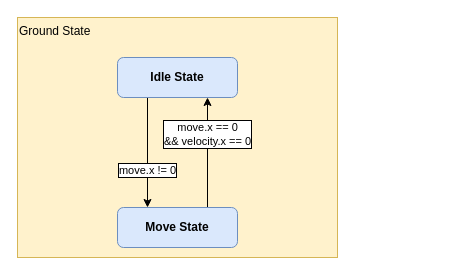
Above: Readme/程序的逻辑/状态机/玩家状态机.drawio in zsl2021533013/Zelda-Like (draw.io), before the change. Source tidied: cells renumbered, new cells numbered last; positions are measured from the earlier drawing's top-left corner, leaving out a move shared by most shapes. Both pictures are drawn from the tidied source at 100%, with x=0, y=0 at pixel (17, 17).
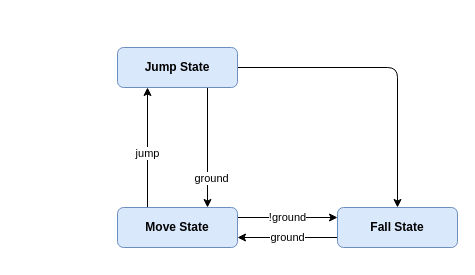
The same page after the edit.

Diff of the diagram source:
```diff
@@
 <mxGraphModel>
   <root>
     <mxCell id="0" />
     <mxCell id="1" parent="0" />
-    <mxCell id="2" value="Ground State" style="rounded=0;whiteSpace=wrap;html=1;fillColor=#fff2cc;strokeColor=#d6b656;align=left;verticalAlign=top;" parent="1" vertex="1">
-      <mxGeometry width="320" height="240" as="geometry" />
-    </mxCell>
-    <mxCell id="3" value="move.x != 0" style="edgeStyle=orthogonalEdgeStyle;rounded=1;jettySize=auto;html=1;exitX=0.25;exitY=1;exitDx=0;exitDy=0;entryX=0.25;entryY=0;entryDx=0;entryDy=0;labelBorderColor=default;" parent="1" edge="1" source="4" target="6">
-      <mxGeometry x="0.33" relative="1" as="geometry" />
-    </mxCell>
-    <mxCell id="4" value="Idle&amp;nbsp;State" style="rounded=1;whiteSpace=wrap;html=1;fillColor=#dae8fc;fontStyle=1;verticalAlign=middle;strokeColor=#6c8ebf;" parent="1" vertex="1">
-      <mxGeometry x="100" y="40" width="120" height="40" as="geometry" />
-    </mxCell>
-    <mxCell id="5" value="move.x == 0&lt;br&gt;&amp;amp;&amp;amp; velocity.x == 0" style="edgeStyle=orthogonalEdgeStyle;rounded=1;jettySize=auto;html=1;exitX=0.75;exitY=0;exitDx=0;exitDy=0;entryX=0.75;entryY=1;entryDx=0;entryDy=0;labelBorderColor=default;" parent="1" edge="1" source="6" target="4">
-      <mxGeometry x="0.33" relative="1" as="geometry" />
-    </mxCell>
+    <mxCell id="7" style="edgeStyle=orthogonalEdgeStyle;rounded=1;jettySize=auto;html=1;exitX=0.25;exitY=0;exitDx=0;exitDy=0;entryX=0.25;entryY=1;entryDx=0;entryDy=0;" parent="1" edge="1" source="6" target="13">
+      <mxGeometry relative="1" as="geometry" />
+    </mxCell>
+    <mxCell id="8" value="jump" style="edgeLabel;html=1;align=center;verticalAlign=middle;" parent="7" vertex="1">
+      <mxGeometry x="-0.08" relative="1" as="geometry" />
+    </mxCell>
+    <mxCell id="9" value="!ground" style="edgeStyle=orthogonalEdgeStyle;rounded=1;jettySize=auto;html=1;exitX=1;exitY=0.25;exitDx=0;exitDy=0;entryX=0;entryY=0.25;entryDx=0;entryDy=0;" parent="1" edge="1" source="6" target="15">
+      <mxGeometry relative="1" as="geometry" />
+    </mxCell>
     <mxCell id="6" value="Move State" style="rounded=1;whiteSpace=wrap;html=1;fillColor=#dae8fc;fontStyle=1;verticalAlign=middle;strokeColor=#6c8ebf;" parent="1" vertex="1">
       <mxGeometry x="100" y="190" width="120" height="40" as="geometry" />
     </mxCell>
+    <mxCell id="10" style="edgeStyle=orthogonalEdgeStyle;rounded=0;jettySize=auto;html=1;exitX=0.75;exitY=1;exitDx=0;exitDy=0;entryX=0.75;entryY=0;entryDx=0;entryDy=0;" parent="1" edge="1" source="13" target="6">
+      <mxGeometry relative="1" as="geometry" />
+    </mxCell>
+    <mxCell id="11" value="ground" style="edgeLabel;html=1;align=center;verticalAlign=middle;" parent="10" vertex="1">
+      <mxGeometry x="0.08" y="3" relative="1" as="geometry">
+        <mxPoint y="25" as="offset" />
+      </mxGeometry>
+    </mxCell>
+    <mxCell id="12" style="edgeStyle=orthogonalEdgeStyle;rounded=1;jettySize=auto;html=1;exitX=1;exitY=0.5;exitDx=0;exitDy=0;entryX=0.5;entryY=0;entryDx=0;entryDy=0;" parent="1" edge="1" source="13" target="15">
+      <mxGeometry relative="1" as="geometry" />
+    </mxCell>
+    <mxCell id="13" value="Jump State" style="rounded=1;whiteSpace=wrap;html=1;fillColor=#dae8fc;fontStyle=1;verticalAlign=middle;strokeColor=#6c8ebf;" parent="1" vertex="1">
+      <mxGeometry x="100" y="30" width="120" height="40" as="geometry" />
+    </mxCell>
+    <mxCell id="14" value="ground" style="edgeStyle=orthogonalEdgeStyle;rounded=0;jettySize=auto;html=1;exitX=0;exitY=0.75;exitDx=0;exitDy=0;entryX=1;entryY=0.75;entryDx=0;entryDy=0;" parent="1" edge="1" source="15" target="6">
+      <mxGeometry relative="1" as="geometry" />
+    </mxCell>
+    <mxCell id="15" value="Fall State" style="rounded=1;whiteSpace=wrap;html=1;fillColor=#dae8fc;fontStyle=1;verticalAlign=middle;strokeColor=#6c8ebf;" parent="1" vertex="1">
+      <mxGeometry x="320" y="190" width="120" height="40" as="geometry" />
+    </mxCell>
   </root>
 </mxGraphModel>
```
